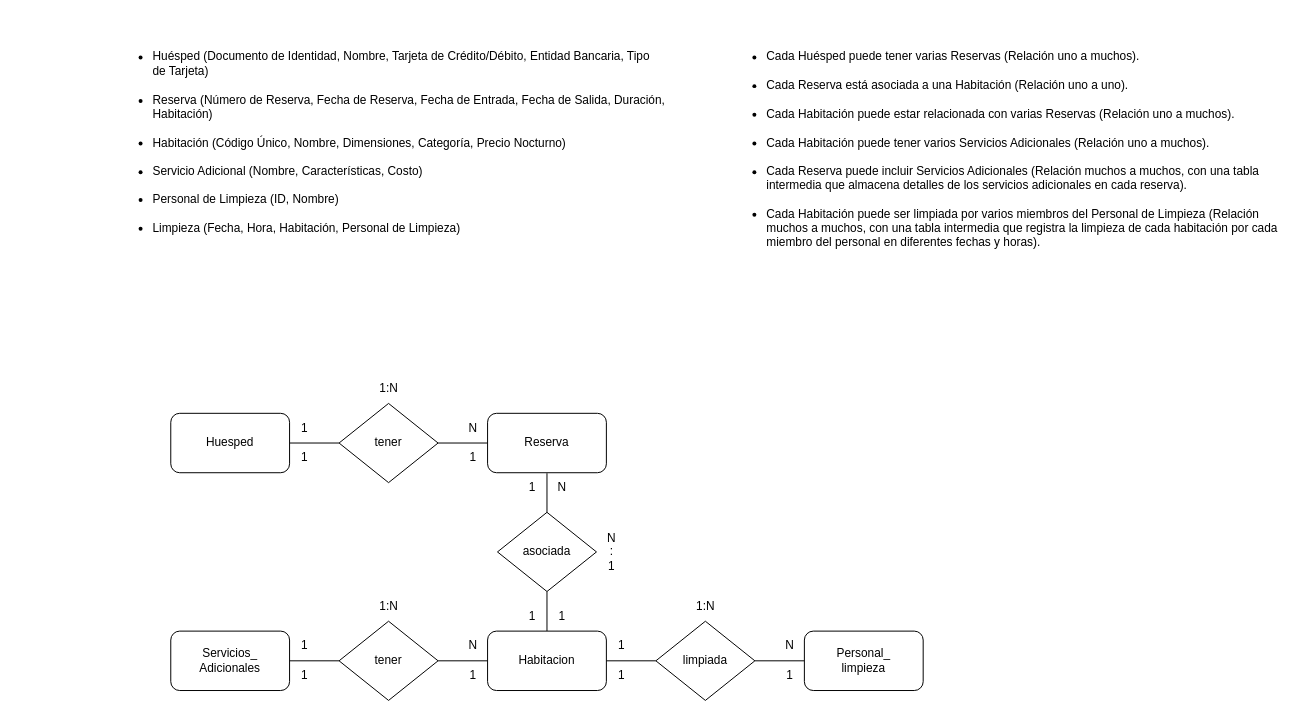
The draw.io diagram auxiliatura/primerParcial/E8_Hotel.drawio in Abigail08082001/diagramasBasedeDatos, before the edit. Source tidied: cells renumbered, new cells numbered last; positions are measured from the earlier drawing's top-left corner, leaving out a move shared by most shapes. Both pictures are drawn from the tidied source at 99%, with x=0, y=0 at pixel (111, 17).
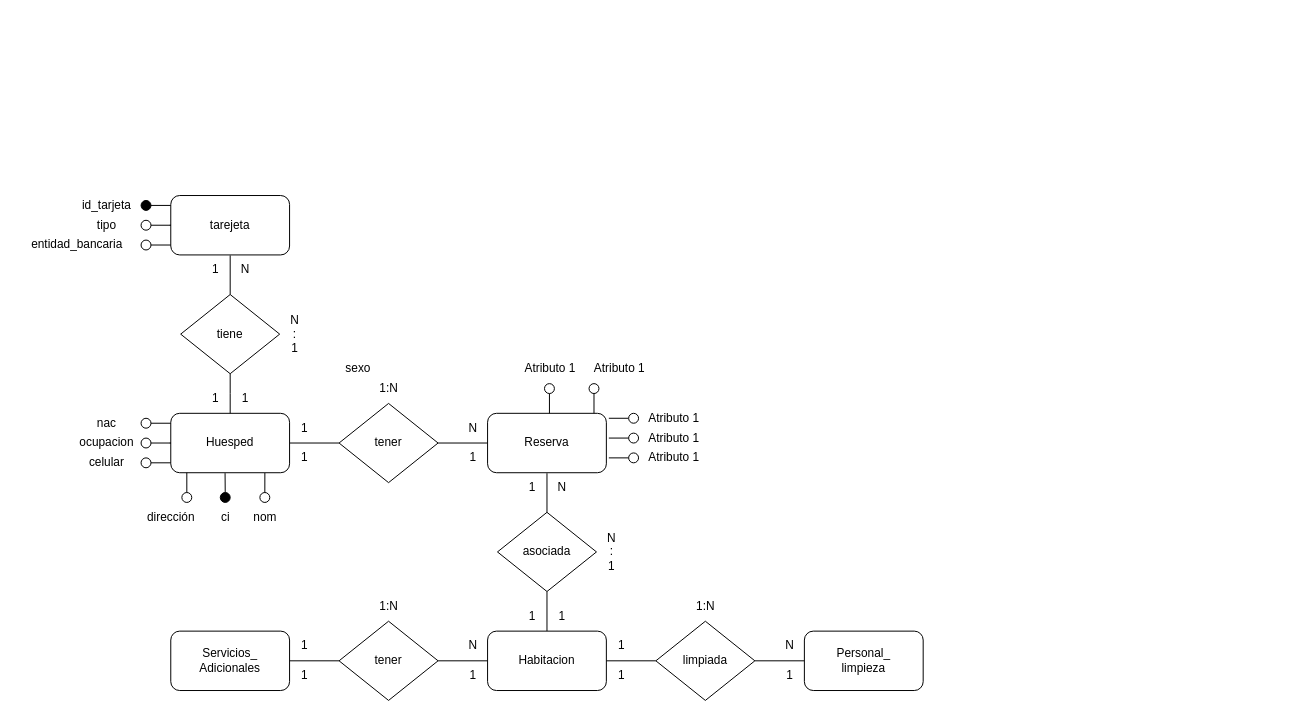
The same page after the edit.

The change refers to these unchanged cells:
```xml
<mxCell id="6" value="Huesped" style="rounded=1;whiteSpace=wrap;html=1;" parent="1" vertex="1">
  <mxGeometry x="60" y="400" width="120" height="60" as="geometry" />
</mxCell>
```

Change to the diagram source:
```diff
@@
-    <mxCell id="2" value="&lt;ul&gt;&#10;&lt;li&gt;Huésped (Documento de Identidad, Nombre, Tarjeta de Crédito/Débito, Entidad Bancaria, Tipo de Tarjeta)&lt;/li&gt;&#10;&lt;li&gt;Reserva (Número de Reserva, Fecha de Reserva, Fecha de Entrada, Fecha de Salida, Duración, Habitación)&lt;/li&gt;&#10;&lt;li&gt;Habitación (Código Único, Nombre, Dimensiones, Categoría, Precio Nocturno)&lt;/li&gt;&#10;&lt;li&gt;Servicio Adicional (Nombre, Características, Costo)&lt;/li&gt;&#10;&lt;li&gt;Personal de Limpieza (ID, Nombre)&lt;/li&gt;&#10;&lt;li&gt;Limpieza (Fecha, Hora, Habitación, Personal de Limpieza)&lt;/li&gt;&#10;&lt;/ul&gt;" style="text;whiteSpace=wrap;html=1;" parent="1" vertex="1">
-      <mxGeometry width="560" height="270" as="geometry" />
-    </mxCell>
-    <mxCell id="3" value="&lt;ul&gt;&#10;&lt;li&gt;Cada Huésped puede tener varias Reservas (Relación uno a muchos).&lt;/li&gt;&#10;&lt;li&gt;Cada Reserva está asociada a una Habitación (Relación uno a uno).&lt;/li&gt;&#10;&lt;li&gt;Cada Habitación puede estar relacionada con varias Reservas (Relación uno a muchos).&lt;/li&gt;&#10;&lt;li&gt;Cada Habitación puede tener varios Servicios Adicionales (Relación uno a muchos).&lt;/li&gt;&#10;&lt;li&gt;Cada Reserva puede incluir Servicios Adicionales (Relación muchos a muchos, con una tabla intermedia que almacena detalles de los servicios adicionales en cada reserva).&lt;/li&gt;&#10;&lt;li&gt;Cada Habitación puede ser limpiada por varios miembros del Personal de Limpieza (Relación muchos a muchos, con una tabla intermedia que registra la limpieza de cada habitación por cada miembro del personal en diferentes fechas y horas).&lt;/li&gt;&#10;&lt;/ul&gt;" style="text;whiteSpace=wrap;html=1;" parent="1" vertex="1">
-      <mxGeometry x="620" width="560" height="290" as="geometry" />
-    </mxCell>
@@
+    <mxCell id="41" style="rounded=0;jettySize=auto;html=1;entryX=0.457;entryY=1.007;entryDx=0;entryDy=0;entryPerimeter=0;endArrow=none;endFill=0;" parent="1" edge="1" source="42" target="6">
+      <mxGeometry relative="1" as="geometry" />
+    </mxCell>
+    <mxCell id="42" style="ellipse;whiteSpace=wrap;html=1;fillColor=#000;" parent="1" vertex="1">
+      <mxGeometry x="110" y="480" width="10" height="10" as="geometry" />
+    </mxCell>
+    <mxCell id="43" value="ci" style="text;html=1;align=center;verticalAlign=middle;strokeColor=none;fillColor=none;" parent="1" vertex="1">
+      <mxGeometry x="100" y="490" width="30" height="30" as="geometry" />
+    </mxCell>
+    <mxCell id="44" style="ellipse;whiteSpace=wrap;html=1;" parent="1" vertex="1">
+      <mxGeometry x="30" y="405" width="10" height="10" as="geometry" />
+    </mxCell>
+    <mxCell id="45" style="edgeStyle=orthogonalEdgeStyle;rounded=0;jettySize=auto;html=1;entryX=-0.008;entryY=0.419;entryDx=0;entryDy=0;entryPerimeter=0;endArrow=none;endFill=0;" parent="1" edge="1" source="46">
+      <mxGeometry relative="1" as="geometry">
+        <mxPoint x="59" y="430" as="targetPoint" />
+      </mxGeometry>
+    </mxCell>
+    <mxCell id="46" style="ellipse;whiteSpace=wrap;html=1;" parent="1" vertex="1">
+      <mxGeometry x="30" y="425" width="10" height="10" as="geometry" />
+    </mxCell>
+    <mxCell id="47" style="edgeStyle=orthogonalEdgeStyle;rounded=0;jettySize=auto;html=1;entryX=0;entryY=0.75;entryDx=0;entryDy=0;endArrow=none;endFill=0;" parent="1" edge="1" source="48">
+      <mxGeometry relative="1" as="geometry">
+        <mxPoint x="60" y="450" as="targetPoint" />
+      </mxGeometry>
+    </mxCell>
+    <mxCell id="48" style="ellipse;whiteSpace=wrap;html=1;" parent="1" vertex="1">
+      <mxGeometry x="30" y="445" width="10" height="10" as="geometry" />
+    </mxCell>
+    <mxCell id="49" value="nac" style="text;html=1;align=center;verticalAlign=middle;strokeColor=none;fillColor=none;" parent="1" vertex="1">
+      <mxGeometry x="-25" y="395" width="40" height="30" as="geometry" />
+    </mxCell>
+    <mxCell id="50" value="ocupacion" style="text;html=1;align=center;verticalAlign=middle;strokeColor=none;fillColor=none;" parent="1" vertex="1">
+      <mxGeometry x="-45" y="415" width="80" height="30" as="geometry" />
+    </mxCell>
+    <mxCell id="51" value="celular" style="text;html=1;align=center;verticalAlign=middle;strokeColor=none;fillColor=none;" parent="1" vertex="1">
+      <mxGeometry x="-35" y="435" width="60" height="30" as="geometry" />
+    </mxCell>
+    <mxCell id="52" style="edgeStyle=orthogonalEdgeStyle;rounded=0;orthogonalLoop=1;jettySize=auto;html=1;exitX=0;exitY=0.5;exitDx=0;exitDy=0;entryX=1;entryY=0.085;entryDx=0;entryDy=0;entryPerimeter=0;endArrow=none;endFill=0;" parent="1" edge="1">
+      <mxGeometry relative="1" as="geometry">
+        <mxPoint x="60" y="410" as="sourcePoint" />
+        <mxPoint x="40" y="410" as="targetPoint" />
+      </mxGeometry>
+    </mxCell>
+    <mxCell id="53" style="edgeStyle=orthogonalEdgeStyle;rounded=0;jettySize=auto;html=1;entryX=0.125;entryY=1;entryDx=0;entryDy=0;entryPerimeter=0;endArrow=none;endFill=0;" parent="1" edge="1" source="54">
+      <mxGeometry relative="1" as="geometry">
+        <mxPoint x="76.2" y="460" as="targetPoint" />
+      </mxGeometry>
+    </mxCell>
+    <mxCell id="54" style="ellipse;whiteSpace=wrap;html=1;" parent="1" vertex="1">
+      <mxGeometry x="71.2" y="480" width="10" height="10" as="geometry" />
+    </mxCell>
+    <mxCell id="55" value="dirección" style="text;html=1;align=center;verticalAlign=middle;strokeColor=none;fillColor=none;" parent="1" vertex="1">
+      <mxGeometry x="25" y="490" width="70" height="30" as="geometry" />
+    </mxCell>
+    <mxCell id="56" value="sexo" style="text;html=1;align=center;verticalAlign=middle;strokeColor=none;fillColor=none;" parent="1" vertex="1">
+      <mxGeometry x="223.8" y="340" width="50" height="30" as="geometry" />
+    </mxCell>
+    <mxCell id="57" style="rounded=0;jettySize=auto;html=1;exitX=0.5;exitY=1;exitDx=0;exitDy=0;entryX=0.792;entryY=1.005;entryDx=0;entryDy=0;endArrow=none;endFill=0;entryPerimeter=0;" parent="1" edge="1" source="58" target="6">
+      <mxGeometry relative="1" as="geometry" />
+    </mxCell>
+    <mxCell id="58" style="ellipse;whiteSpace=wrap;html=1;" parent="1" vertex="1">
+      <mxGeometry x="150" y="480" width="10" height="10" as="geometry" />
+    </mxCell>
+    <mxCell id="59" value="nom" style="text;html=1;align=center;verticalAlign=middle;strokeColor=none;fillColor=none;" parent="1" vertex="1">
+      <mxGeometry x="130" y="490" width="50" height="30" as="geometry" />
+    </mxCell>
+    <mxCell id="60" style="edgeStyle=orthogonalEdgeStyle;rounded=0;jettySize=auto;html=1;entryX=0.5;entryY=0;entryDx=0;entryDy=0;endArrow=none;endFill=0;" parent="1" edge="1" source="61">
+      <mxGeometry relative="1" as="geometry">
+        <mxPoint x="120" y="400" as="targetPoint" />
+      </mxGeometry>
+    </mxCell>
+    <mxCell id="61" value="tiene" style="rhombus;whiteSpace=wrap;html=1;" parent="1" vertex="1">
+      <mxGeometry x="70" y="280" width="100" height="80" as="geometry" />
+    </mxCell>
+    <mxCell id="62" style="edgeStyle=orthogonalEdgeStyle;rounded=0;jettySize=auto;html=1;entryX=0.5;entryY=0;entryDx=0;entryDy=0;endArrow=none;endFill=0;" parent="1" edge="1" target="61">
+      <mxGeometry relative="1" as="geometry">
+        <mxPoint x="120" y="240.5" as="sourcePoint" />
+      </mxGeometry>
+    </mxCell>
+    <mxCell id="63" value="&lt;div&gt;N&lt;/div&gt;&lt;div&gt;:&lt;/div&gt;&lt;div&gt;1&lt;br&gt;&lt;/div&gt;" style="text;html=1;align=center;verticalAlign=middle;strokeColor=none;fillColor=none;" parent="1" vertex="1">
+      <mxGeometry x="170" y="290" width="30" height="60" as="geometry" />
+    </mxCell>
+    <mxCell id="64" value="N" style="text;html=1;align=center;verticalAlign=middle;strokeColor=none;fillColor=none;" parent="1" vertex="1">
+      <mxGeometry x="120" y="240" width="30" height="30" as="geometry" />
+    </mxCell>
+    <mxCell id="65" value="1" style="text;html=1;align=center;verticalAlign=middle;strokeColor=none;fillColor=none;" parent="1" vertex="1">
+      <mxGeometry x="90" y="240" width="30" height="30" as="geometry" />
+    </mxCell>
+    <mxCell id="66" value="1" style="text;html=1;align=center;verticalAlign=middle;strokeColor=none;fillColor=none;" parent="1" vertex="1">
+      <mxGeometry x="120" y="370" width="30" height="30" as="geometry" />
+    </mxCell>
+    <mxCell id="67" value="1" style="text;html=1;align=center;verticalAlign=middle;strokeColor=none;fillColor=none;" parent="1" vertex="1">
+      <mxGeometry x="90" y="370" width="30" height="30" as="geometry" />
+    </mxCell>
+    <mxCell id="68" value="tarejeta" style="rounded=1;whiteSpace=wrap;html=1;" parent="1" vertex="1">
+      <mxGeometry x="60" y="180" width="120" height="60" as="geometry" />
+    </mxCell>
+    <mxCell id="69" style="ellipse;whiteSpace=wrap;html=1;fillColor=#000000;" parent="1" vertex="1">
+      <mxGeometry x="30" y="185" width="10" height="10" as="geometry" />
+    </mxCell>
+    <mxCell id="70" style="edgeStyle=orthogonalEdgeStyle;rounded=0;jettySize=auto;html=1;entryX=-0.008;entryY=0.419;entryDx=0;entryDy=0;entryPerimeter=0;endArrow=none;endFill=0;" parent="1" edge="1" source="71">
+      <mxGeometry relative="1" as="geometry">
+        <mxPoint x="59" y="210" as="targetPoint" />
+      </mxGeometry>
+    </mxCell>
+    <mxCell id="71" style="ellipse;whiteSpace=wrap;html=1;" parent="1" vertex="1">
+      <mxGeometry x="30" y="205" width="10" height="10" as="geometry" />
+    </mxCell>
+    <mxCell id="72" style="edgeStyle=orthogonalEdgeStyle;rounded=0;jettySize=auto;html=1;entryX=0;entryY=0.75;entryDx=0;entryDy=0;endArrow=none;endFill=0;" parent="1" edge="1" source="73">
+      <mxGeometry relative="1" as="geometry">
+        <mxPoint x="60" y="230" as="targetPoint" />
+      </mxGeometry>
+    </mxCell>
+    <mxCell id="73" style="ellipse;whiteSpace=wrap;html=1;" parent="1" vertex="1">
+      <mxGeometry x="30" y="225" width="10" height="10" as="geometry" />
+    </mxCell>
+    <mxCell id="74" value="id_tarjeta" style="text;html=1;align=center;verticalAlign=middle;strokeColor=none;fillColor=none;" parent="1" vertex="1">
+      <mxGeometry x="-40" y="175" width="70" height="30" as="geometry" />
+    </mxCell>
+    <mxCell id="75" value="tipo" style="text;html=1;align=center;verticalAlign=middle;strokeColor=none;fillColor=none;" parent="1" vertex="1">
+      <mxGeometry x="-25" y="195" width="40" height="30" as="geometry" />
+    </mxCell>
+    <mxCell id="76" value="entidad_bancaria" style="text;html=1;align=center;verticalAlign=middle;strokeColor=none;fillColor=none;" parent="1" vertex="1">
+      <mxGeometry x="-95" y="215" width="120" height="30" as="geometry" />
+    </mxCell>
+    <mxCell id="77" style="edgeStyle=orthogonalEdgeStyle;rounded=0;orthogonalLoop=1;jettySize=auto;html=1;exitX=0;exitY=0.5;exitDx=0;exitDy=0;entryX=1;entryY=0.085;entryDx=0;entryDy=0;entryPerimeter=0;endArrow=none;endFill=0;" parent="1" edge="1">
+      <mxGeometry relative="1" as="geometry">
+        <mxPoint x="60" y="190" as="sourcePoint" />
+        <mxPoint x="40" y="190" as="targetPoint" />
+      </mxGeometry>
+    </mxCell>
+    <mxCell id="78" style="edgeStyle=orthogonalEdgeStyle;rounded=0;jettySize=auto;html=1;exitX=0.5;exitY=1;exitDx=0;exitDy=0;entryX=0.5;entryY=0;entryDx=0;entryDy=0;endArrow=none;endFill=0;" parent="1" edge="1" source="79">
+      <mxGeometry relative="1" as="geometry">
+        <mxPoint x="442.5" y="400" as="targetPoint" />
+      </mxGeometry>
+    </mxCell>
+    <mxCell id="79" style="ellipse;whiteSpace=wrap;html=1;" parent="1" vertex="1">
+      <mxGeometry x="437.5" y="370" width="10" height="10" as="geometry" />
+    </mxCell>
+    <mxCell id="80" value="Atributo 1" style="text;html=1;align=center;verticalAlign=middle;strokeColor=none;fillColor=none;" parent="1" vertex="1">
+      <mxGeometry x="407.5" y="340" width="70" height="30" as="geometry" />
+    </mxCell>
+    <mxCell id="81" style="edgeStyle=orthogonalEdgeStyle;rounded=0;jettySize=auto;html=1;exitX=0.5;exitY=1;exitDx=0;exitDy=0;entryX=0.874;entryY=0;entryDx=0;entryDy=0;entryPerimeter=0;endArrow=none;endFill=0;" parent="1" edge="1" source="82">
+      <mxGeometry relative="1" as="geometry">
+        <mxPoint x="487.5" y="400" as="targetPoint" />
+      </mxGeometry>
+    </mxCell>
+    <mxCell id="82" style="ellipse;whiteSpace=wrap;html=1;" parent="1" vertex="1">
+      <mxGeometry x="482.5" y="370" width="10" height="10" as="geometry" />
+    </mxCell>
+    <mxCell id="83" value="Atributo 1" style="text;html=1;align=center;verticalAlign=middle;strokeColor=none;fillColor=none;" parent="1" vertex="1">
+      <mxGeometry x="477.5" y="340" width="70" height="30" as="geometry" />
+    </mxCell>
+    <mxCell id="84" style="edgeStyle=orthogonalEdgeStyle;rounded=0;jettySize=auto;html=1;exitX=0;exitY=0.5;exitDx=0;exitDy=0;entryX=1;entryY=0.085;entryDx=0;entryDy=0;entryPerimeter=0;endArrow=none;endFill=0;" parent="1" edge="1" source="85">
+      <mxGeometry relative="1" as="geometry">
+        <mxPoint x="502.5" y="405" as="targetPoint" />
+      </mxGeometry>
+    </mxCell>
+    <mxCell id="85" style="ellipse;whiteSpace=wrap;html=1;" parent="1" vertex="1">
+      <mxGeometry x="522.5" y="400" width="10" height="10" as="geometry" />
+    </mxCell>
+    <mxCell id="86" value="Atributo 1" style="text;html=1;align=center;verticalAlign=middle;strokeColor=none;fillColor=none;" parent="1" vertex="1">
+      <mxGeometry x="532.5" y="390" width="70" height="30" as="geometry" />
+    </mxCell>
+    <mxCell id="87" style="edgeStyle=orthogonalEdgeStyle;rounded=0;jettySize=auto;html=1;entryX=1.003;entryY=0.421;entryDx=0;entryDy=0;entryPerimeter=0;endArrow=none;endFill=0;" parent="1" edge="1" source="88">
+      <mxGeometry relative="1" as="geometry">
+        <mxPoint x="502.5" y="425" as="targetPoint" />
+      </mxGeometry>
+    </mxCell>
+    <mxCell id="88" style="ellipse;whiteSpace=wrap;html=1;" parent="1" vertex="1">
+      <mxGeometry x="522.5" y="420" width="10" height="10" as="geometry" />
+    </mxCell>
+    <mxCell id="89" style="edgeStyle=orthogonalEdgeStyle;rounded=0;jettySize=auto;html=1;entryX=1;entryY=0.75;entryDx=0;entryDy=0;endArrow=none;endFill=0;" parent="1" edge="1" source="90">
+      <mxGeometry relative="1" as="geometry">
+        <mxPoint x="502.5" y="445" as="targetPoint" />
+      </mxGeometry>
+    </mxCell>
+    <mxCell id="90" style="ellipse;whiteSpace=wrap;html=1;" parent="1" vertex="1">
+      <mxGeometry x="522.5" y="440" width="10" height="10" as="geometry" />
+    </mxCell>
+    <mxCell id="91" value="Atributo 1" style="text;html=1;align=center;verticalAlign=middle;strokeColor=none;fillColor=none;" parent="1" vertex="1">
+      <mxGeometry x="532.5" y="410" width="70" height="30" as="geometry" />
+    </mxCell>
+    <mxCell id="92" value="Atributo 1" style="text;html=1;align=center;verticalAlign=middle;strokeColor=none;fillColor=none;" parent="1" vertex="1">
+      <mxGeometry x="532.5" y="430" width="70" height="30" as="geometry" />
+    </mxCell>
```
